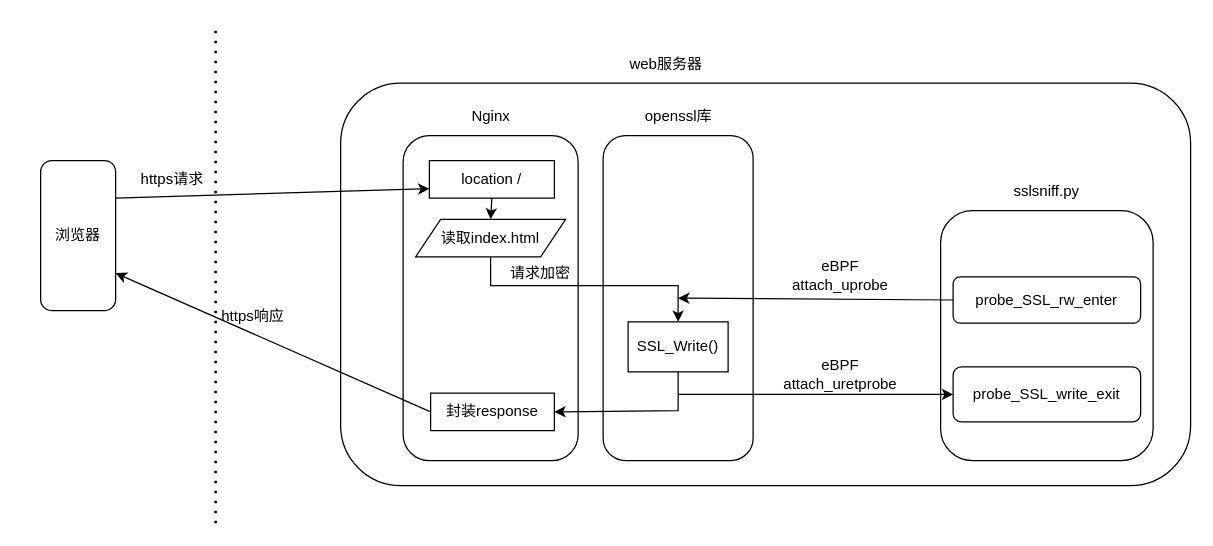
Earlier version of the draw.io diagram work/eBPD_sslsniff.drawio (baibaip/diagrams). Source tidied: cells renumbered, new cells numbered last; positions are measured from the earlier drawing's top-left corner, leaving out a move shared by most shapes. Both pictures are drawn from the tidied source at 125%, with x=0, y=0 at pixel (40, 22).
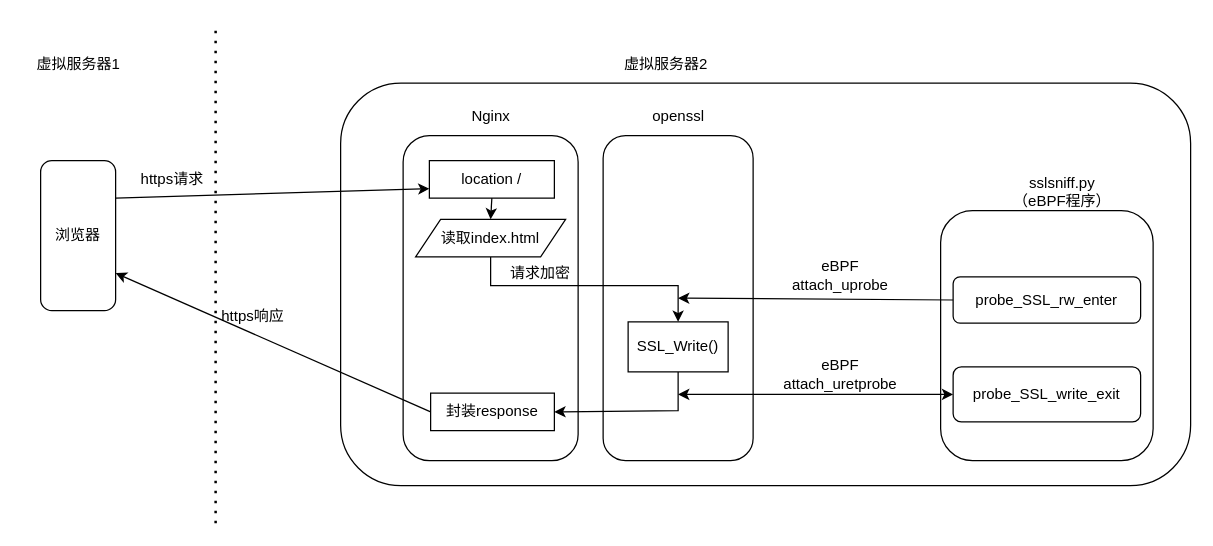
After the change.

Unchanged cells that the change refers to:
```xml
<mxCell id="26" value="probe_SSL_write_exit" style="rounded=1;whiteSpace=wrap;html=1;" parent="1" vertex="1">
  <mxGeometry x="730" y="275" width="150" height="44" as="geometry" />
</mxCell>
```

The edit, as a diff of the source:
```diff
@@
-    <mxCell id="4" value="web服务器" style="text;html=1;align=center;verticalAlign=middle;strokeColor=none;fillColor=none;" parent="1" vertex="1">
-      <mxGeometry x="460" y="18" width="80" height="30" as="geometry" />
+    <mxCell id="4" value="虚拟服务器2" style="text;html=1;align=center;verticalAlign=middle;strokeColor=none;fillColor=none;" parent="1" vertex="1">
+      <mxGeometry x="455" y="18" width="90" height="30" as="geometry" />
     </mxCell>
@@
-    <mxCell id="10" value="openssl库" style="text;html=1;align=center;verticalAlign=middle;strokeColor=none;fillColor=none;" parent="1" vertex="1">
-      <mxGeometry x="470" y="60" width="80" height="30" as="geometry" />
+    <mxCell id="10" value="openssl" style="text;html=1;align=center;verticalAlign=middle;strokeColor=none;fillColor=none;" parent="1" vertex="1">
+      <mxGeometry x="480" y="60" width="60" height="30" as="geometry" />
     </mxCell>
@@
-    <mxCell id="23" value="sslsniff.py" style="text;html=1;align=center;verticalAlign=middle;whiteSpace=wrap;rounded=0;" parent="1" vertex="1">
-      <mxGeometry x="775" y="120" width="60" height="30" as="geometry" />
+    <mxCell id="23" value="sslsniff.py&lt;div&gt;（eBPF程序）&lt;/div&gt;" style="text;html=1;align=center;verticalAlign=middle;whiteSpace=wrap;rounded=0;" parent="1" vertex="1">
+      <mxGeometry x="775" y="120" width="85" height="30" as="geometry" />
     </mxCell>
@@
-    <mxCell id="27" style="endArrow=classic;html=1;rounded=0;entryX=0;entryY=0.5;entryDx=0;entryDy=0;" parent="1" edge="1" target="26">
-      <mxGeometry relative="1" as="geometry">
-        <mxPoint x="510" y="297" as="sourcePoint" />
-      </mxGeometry>
-    </mxCell>
@@
+    <mxCell id="30" value="虚拟服务器1" style="text;html=1;align=center;verticalAlign=middle;strokeColor=none;fillColor=none;" parent="1" vertex="1">
+      <mxGeometry x="-15" y="18" width="90" height="30" as="geometry" />
+    </mxCell>
+    <mxCell id="31" style="endArrow=classic;startArrow=classic;html=1;rounded=0;entryX=0;entryY=0.5;entryDx=0;entryDy=0;" parent="1" edge="1" target="26">
+      <mxGeometry relative="1" as="geometry">
+        <mxPoint x="510" y="297" as="sourcePoint" />
+      </mxGeometry>
+    </mxCell>
```
